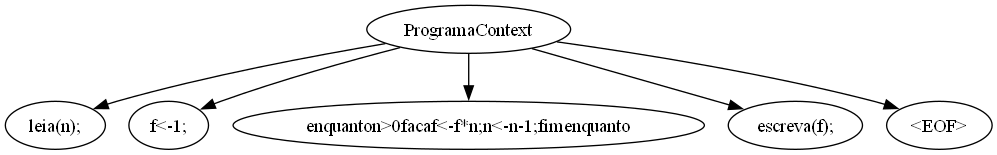
The Graphviz diagram ast.png in pedrolucasS86/compiladores, before a commit. Its source is kept beside it as ast.dot. Its diagram source:
```dot
digraph AST {
n1 [label="ProgramaContext"];
n2 [label="leia(n);"];
n1 -> n2;
n3 [label="f<-1;"];
n1 -> n3;
n4 [label="enquanton>0facaf<-f*n;n<-n-1;fimenquanto"];
n1 -> n4;
n5 [label="escreva(f);"];
n1 -> n5;
n6 [label="<EOF>"];
n1 -> n6;
}
```
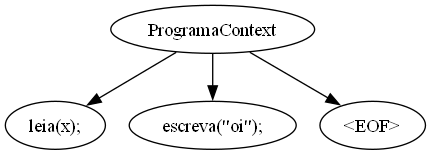
The same diagram one commit later.

Diff of the diagram source:
```diff
@@ -1,13 +1,9 @@
 digraph AST {
 n1 [label="ProgramaContext"];
-n2 [label="leia(n);"];
+n2 [label="leia(x);"];
 n1 -> n2;
-n3 [label="f<-1;"];
+n3 [label="escreva(\"oi\");"];
 n1 -> n3;
-n4 [label="enquanton>0facaf<-f*n;n<-n-1;fimenquanto"];
+n4 [label="<EOF>"];
 n1 -> n4;
-n5 [label="escreva(f);"];
-n1 -> n5;
-n6 [label="<EOF>"];
-n1 -> n6;
 }
```
